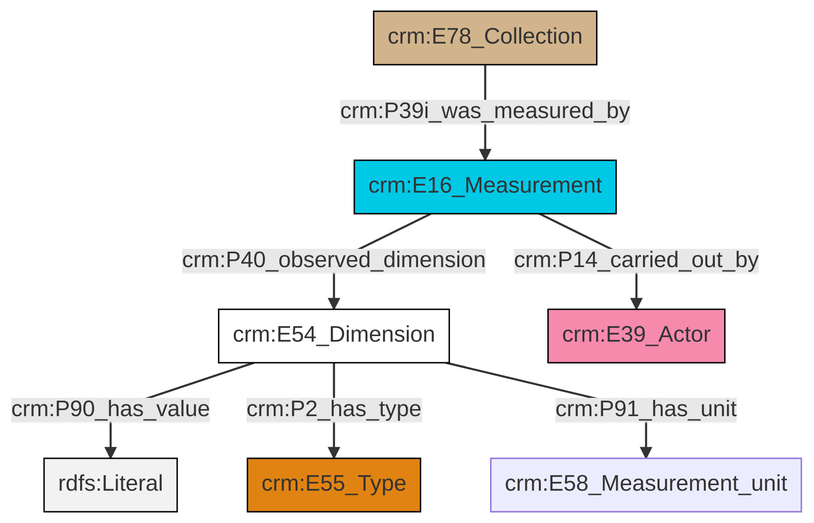
swiss-art-research-net/docs.swissartresearch keeps this Mermaid diagram as et/archivalCSV/ttl/mmd/png/archival_substance.png. Above is the earlier version. Its source is kept beside it as et/archivalCSV/ttl/mmd/archival_substance.ttl.mmd.
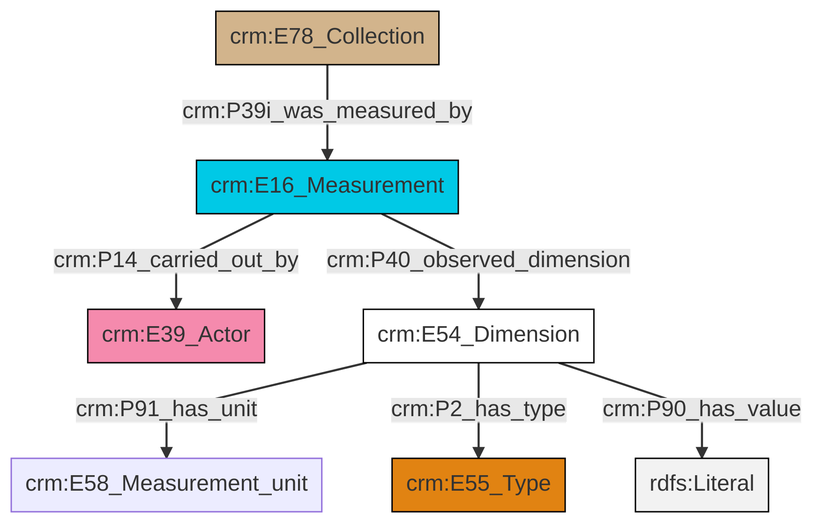
The same diagram one commit later.

Diff of the diagram source:
```diff
@@ -13,9 +13,9 @@
 classDef PC_Classes fill:#4ce600, stroke:#000000;
 classDef Multi fill:#cccccc,stroke:#000000;
 
-0["crm:E54_Dimension"]:::CRM_Entity -->|crm:P90_has_value| 1[rdfs:Literal]:::Literal
-8["crm:E78_Collection"]:::Physical_Thing -->|crm:P39i_was_measured_by| 9["crm:E16_Measurement"]:::Temporal_Entity
-9["crm:E16_Measurement"]:::Temporal_Entity -->|crm:P14_carried_out_by| 4["crm:E39_Actor"]:::Actor
-9["crm:E16_Measurement"]:::Temporal_Entity -->|crm:P40_observed_dimension| 0["crm:E54_Dimension"]:::CRM_Entity
-0["crm:E54_Dimension"]:::CRM_Entity -->|crm:P2_has_type| 2["crm:E55_Type"]:::Type
-0["crm:E54_Dimension"]:::CRM_Entity -->|crm:P91_has_unit| 6["crm:E58_Measurement_unit"]:::Default
+0["crm:E16_Measurement"]:::Temporal_Entity -->|crm:P14_carried_out_by| 1["crm:E39_Actor"]:::Actor
+4["crm:E54_Dimension"]:::CRM_Entity -->|crm:P91_has_unit| 2["crm:E58_Measurement_unit"]:::Default
+6["crm:E78_Collection"]:::Physical_Thing -->|crm:P39i_was_measured_by| 0["crm:E16_Measurement"]:::Temporal_Entity
+4["crm:E54_Dimension"]:::CRM_Entity -->|crm:P2_has_type| 7["crm:E55_Type"]:::Type
+4["crm:E54_Dimension"]:::CRM_Entity -->|crm:P90_has_value| 11[rdfs:Literal]:::Literal
+0["crm:E16_Measurement"]:::Temporal_Entity -->|crm:P40_observed_dimension| 4["crm:E54_Dimension"]:::CRM_Entity
```
